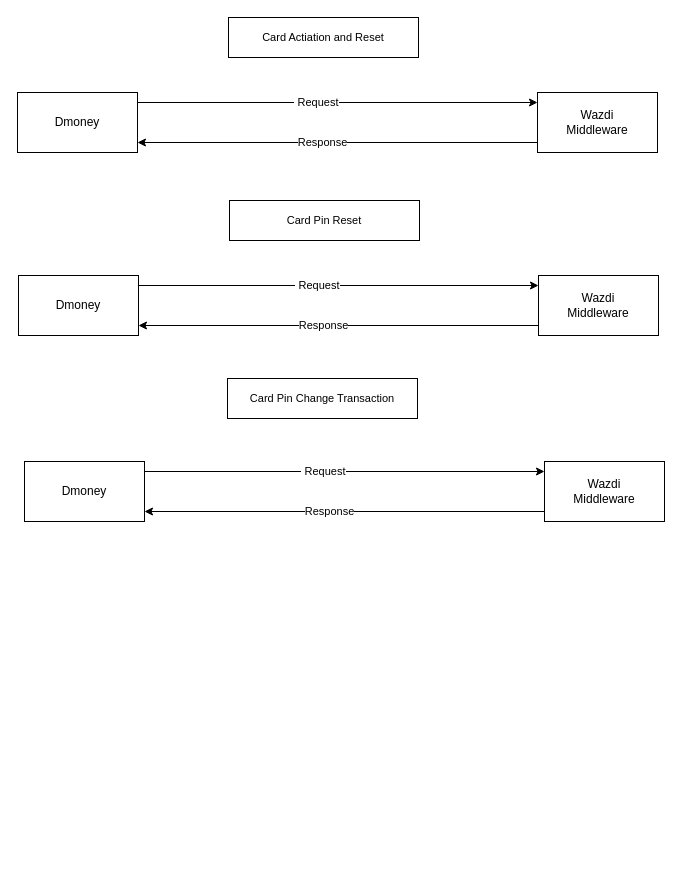
Earlier version of the draw.io diagram page "ALL API" (1 of 6) of Untitled Diagram.drawio (hanifuddin15/LocalApiTest). Source tidied: cells renumbered, new cells numbered last; positions are measured from the earlier drawing's top-left corner, leaving out a move shared by most shapes. Both pictures are drawn from the tidied source at 100%, with x=0, y=0 at pixel (17, 17).
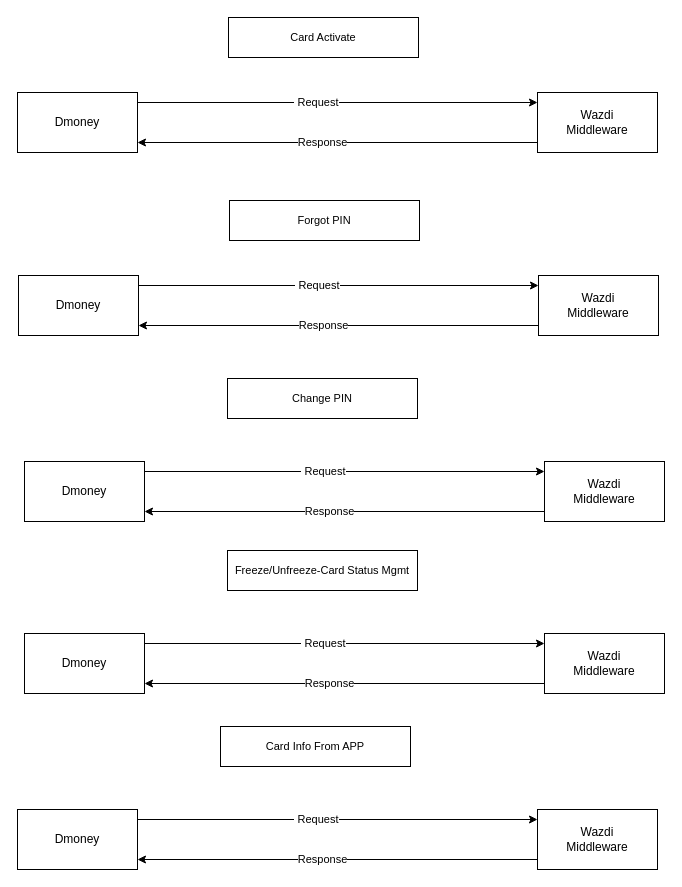
The same page after the edit.

Change to the diagram source:
```diff
@@
-    <mxCell id="8" value="&lt;span style=&quot;font-size: 11px; background-color: rgb(255, 255, 255);&quot;&gt;Card Actiation and Reset&lt;/span&gt;" style="rounded=0;whiteSpace=wrap;html=1;" parent="1" vertex="1">
+    <mxCell id="8" value="&lt;span style=&quot;font-size: 11px; background-color: rgb(255, 255, 255);&quot;&gt;Card Activate&lt;/span&gt;" style="rounded=0;whiteSpace=wrap;html=1;" parent="1" vertex="1">
       <mxGeometry x="211" width="190" height="40" as="geometry" />
     </mxCell>
@@
-    <mxCell id="15" value="&lt;span style=&quot;font-size: 11px; background-color: rgb(255, 255, 255);&quot;&gt;Card Pin Reset&lt;/span&gt;" style="rounded=0;whiteSpace=wrap;html=1;" parent="1" vertex="1">
+    <mxCell id="15" value="&lt;span style=&quot;font-size: 11px; background-color: rgb(255, 255, 255);&quot;&gt;Forgot PIN&lt;/span&gt;" style="rounded=0;whiteSpace=wrap;html=1;" parent="1" vertex="1">
       <mxGeometry x="212" y="183" width="190" height="40" as="geometry" />
     </mxCell>
@@
-    <mxCell id="22" value="&lt;span style=&quot;font-size: 11px; background-color: rgb(255, 255, 255);&quot;&gt;Card Pin Change Transaction&lt;/span&gt;" style="rounded=0;whiteSpace=wrap;html=1;" parent="1" vertex="1">
+    <mxCell id="22" value="&lt;span style=&quot;font-size: 11px; background-color: rgb(255, 255, 255);&quot;&gt;Change PIN&lt;/span&gt;" style="rounded=0;whiteSpace=wrap;html=1;" parent="1" vertex="1">
       <mxGeometry x="210" y="361" width="190" height="40" as="geometry" />
     </mxCell>
+    <mxCell id="23" value="Dmoney" style="rounded=0;whiteSpace=wrap;html=1;" parent="1" vertex="1">
+      <mxGeometry x="7" y="616" width="120" height="60" as="geometry" />
+    </mxCell>
+    <mxCell id="24" value="Wazdi&lt;br&gt;Middleware" style="rounded=0;whiteSpace=wrap;html=1;" parent="1" vertex="1">
+      <mxGeometry x="527" y="616" width="120" height="60" as="geometry" />
+    </mxCell>
+    <mxCell id="25" style="endArrow=classic;html=1;rounded=0;" parent="1" edge="1">
+      <mxGeometry relative="1" as="geometry">
+        <mxPoint x="127" y="626" as="sourcePoint" />
+        <mxPoint x="527" y="626" as="targetPoint" />
+      </mxGeometry>
+    </mxCell>
+    <mxCell id="26" value="&amp;nbsp;Request" style="edgeLabel;html=1;align=center;verticalAlign=middle;" parent="25" vertex="1">
+      <mxGeometry x="-0.11" y="1" relative="1" as="geometry" />
+    </mxCell>
+    <mxCell id="27" style="endArrow=classic;html=1;rounded=0;" parent="1" edge="1">
+      <mxGeometry relative="1" as="geometry">
+        <mxPoint x="527" y="666" as="sourcePoint" />
+        <mxPoint x="127" y="666" as="targetPoint" />
+      </mxGeometry>
+    </mxCell>
+    <mxCell id="28" value="Response" style="edgeLabel;html=1;align=center;verticalAlign=middle;" parent="27" vertex="1">
+      <mxGeometry x="0.08" y="-1" relative="1" as="geometry" />
+    </mxCell>
+    <mxCell id="29" value="&lt;span style=&quot;font-size: 11px; background-color: rgb(255, 255, 255);&quot;&gt;Freeze/Unfreeze-Card Status Mgmt&lt;/span&gt;" style="rounded=0;whiteSpace=wrap;html=1;" parent="1" vertex="1">
+      <mxGeometry x="210" y="533" width="190" height="40" as="geometry" />
+    </mxCell>
+    <mxCell id="30" value="Dmoney" style="rounded=0;whiteSpace=wrap;html=1;" parent="1" vertex="1">
+      <mxGeometry y="792" width="120" height="60" as="geometry" />
+    </mxCell>
+    <mxCell id="31" value="Wazdi&lt;br&gt;Middleware" style="rounded=0;whiteSpace=wrap;html=1;" parent="1" vertex="1">
+      <mxGeometry x="520" y="792" width="120" height="60" as="geometry" />
+    </mxCell>
+    <mxCell id="32" style="endArrow=classic;html=1;rounded=0;" parent="1" edge="1">
+      <mxGeometry relative="1" as="geometry">
+        <mxPoint x="120" y="802" as="sourcePoint" />
+        <mxPoint x="520" y="802" as="targetPoint" />
+      </mxGeometry>
+    </mxCell>
+    <mxCell id="33" value="&amp;nbsp;Request" style="edgeLabel;html=1;align=center;verticalAlign=middle;" parent="32" vertex="1">
+      <mxGeometry x="-0.11" y="1" relative="1" as="geometry" />
+    </mxCell>
+    <mxCell id="34" style="endArrow=classic;html=1;rounded=0;" parent="1" edge="1">
+      <mxGeometry relative="1" as="geometry">
+        <mxPoint x="520" y="842" as="sourcePoint" />
+        <mxPoint x="120" y="842" as="targetPoint" />
+      </mxGeometry>
+    </mxCell>
+    <mxCell id="35" value="Response" style="edgeLabel;html=1;align=center;verticalAlign=middle;" parent="34" vertex="1">
+      <mxGeometry x="0.08" y="-1" relative="1" as="geometry" />
+    </mxCell>
+    <mxCell id="36" value="&lt;span style=&quot;font-size: 11px; background-color: rgb(255, 255, 255);&quot;&gt;Card Info From APP&lt;/span&gt;" style="rounded=0;whiteSpace=wrap;html=1;" parent="1" vertex="1">
+      <mxGeometry x="203" y="709" width="190" height="40" as="geometry" />
+    </mxCell>
```
